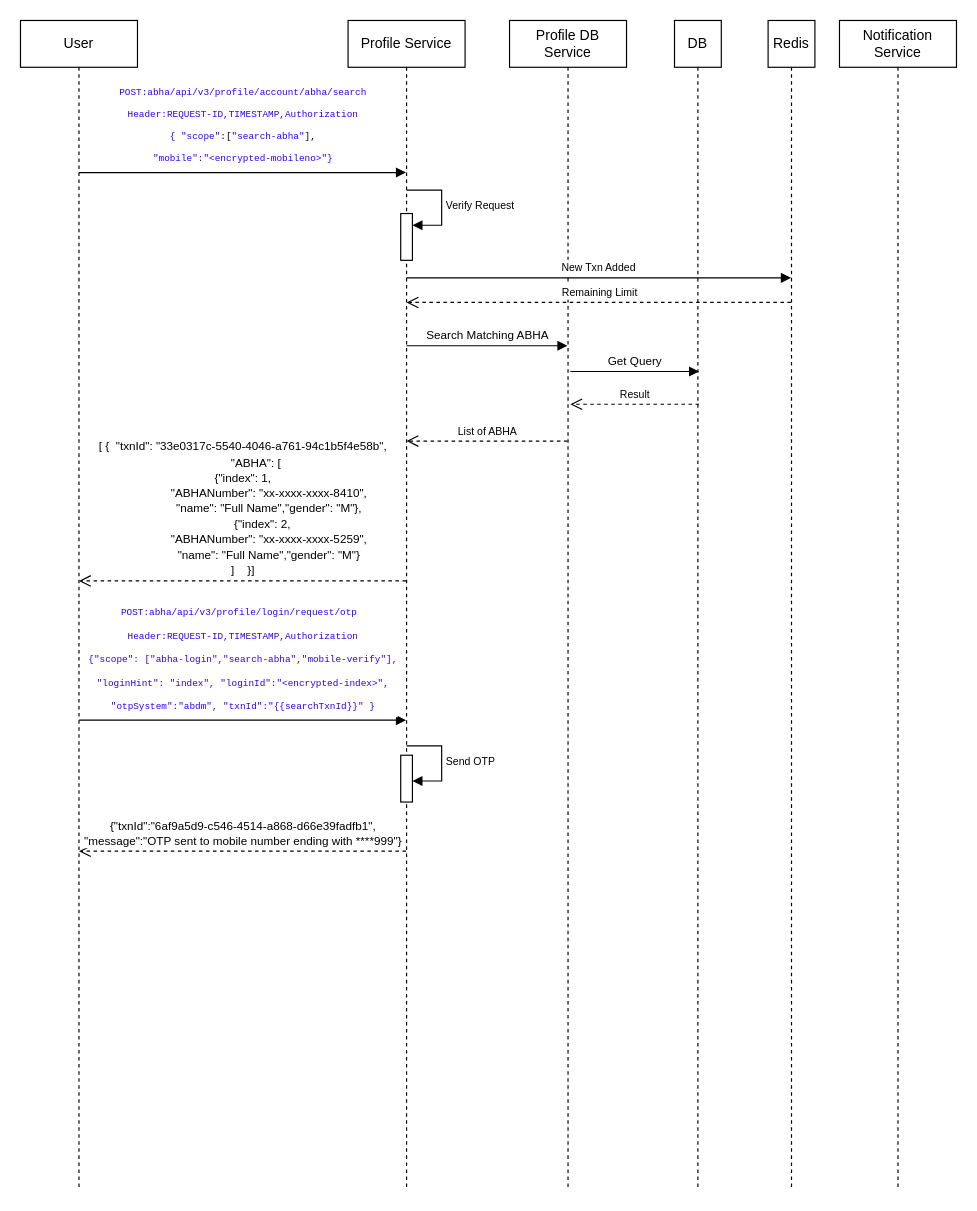
The draw.io diagram Untitled Diagram.drawio in maddy23285/policies, before the edit. Source tidied: cells renumbered, new cells numbered last; positions are measured from the earlier drawing's top-left corner, leaving out a move shared by most shapes. Both pictures are drawn from the tidied source at 117%, with x=0, y=0 at pixel (20, 20).
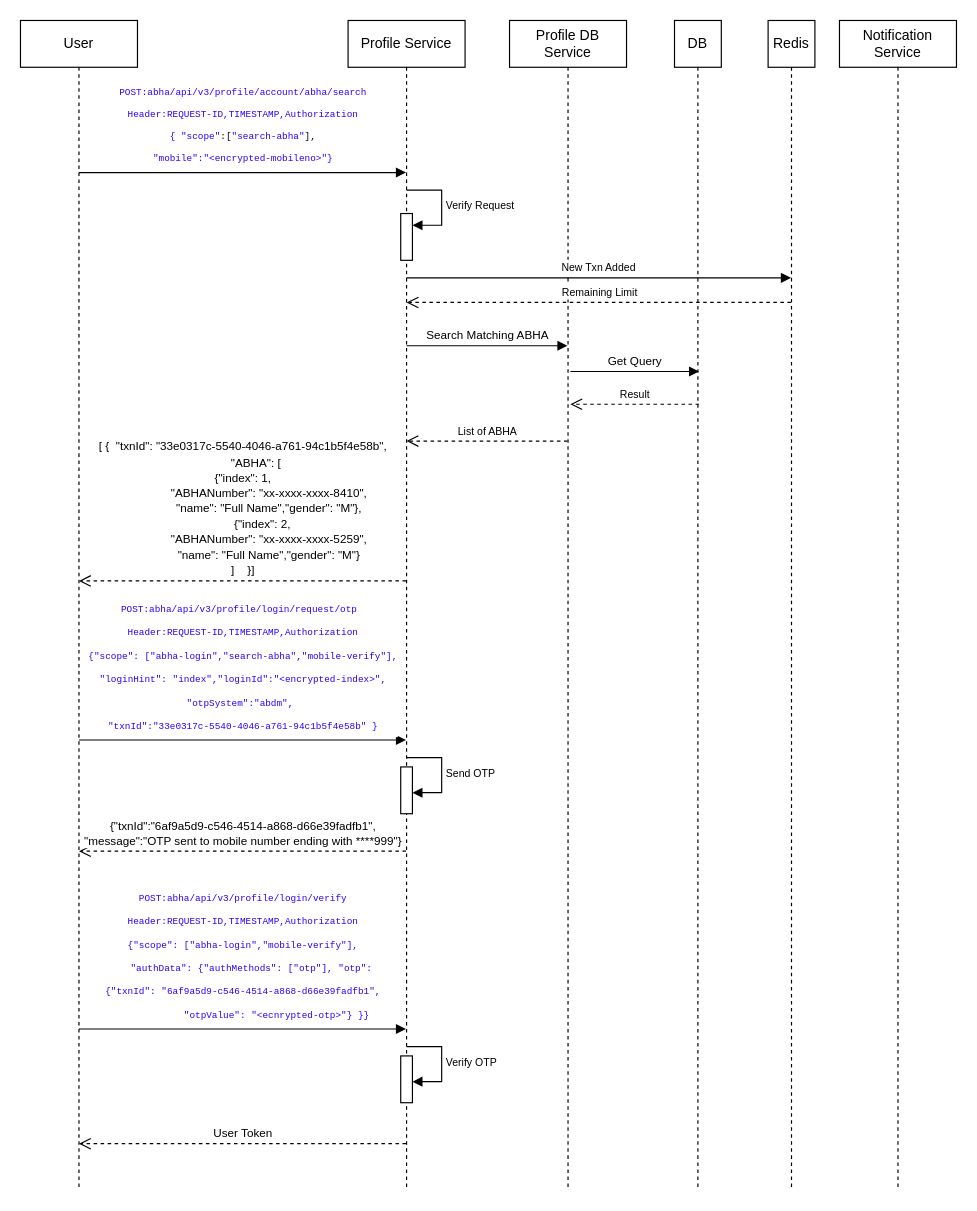
The same diagram, later.

The change refers to these unchanged cells:
```xml
<mxCell id="4" value="Profile Service" style="shape=umlLifeline;perimeter=lifelinePerimeter;whiteSpace=wrap;html=1;newEdgeStyle={&quot;edgeStyle&quot;:&quot;elbowEdgeStyle&quot;,&quot;elbow&quot;:&quot;vertical&quot;,&quot;curved&quot;:0,&quot;rounded&quot;:0};" parent="1" vertex="1">
  <mxGeometry x="280" width="100" height="1000" as="geometry" />
</mxCell>
```

What changed in the source:
```diff
@@
     <mxCell id="7" style="html=1;points=[[0,0,0,0,5],[0,1,0,0,-5],[1,0,0,0,5],[1,1,0,0,-5]];perimeter=orthogonalPerimeter;outlineConnect=0;targetShapes=umlLifeline;portConstraint=eastwest;newEdgeStyle={&quot;curved&quot;:0,&quot;rounded&quot;:0};" parent="4" vertex="1">
-      <mxGeometry x="45" y="628" width="10" height="40" as="geometry" />
+      <mxGeometry x="45" y="638" width="10" height="40" as="geometry" />
     </mxCell>
     <mxCell id="8" value="&lt;font style=&quot;font-size: 9px;&quot;&gt;Send OTP&lt;/font&gt;" style="html=1;align=left;spacingLeft=2;endArrow=block;rounded=0;edgeStyle=orthogonalEdgeStyle;curved=0;rounded=0;" parent="4" edge="1" target="7">
       <mxGeometry relative="1" as="geometry">
-        <mxPoint x="50" y="620" as="sourcePoint" />
+        <mxPoint x="50" y="630" as="sourcePoint" />
         <Array as="points">
-          <mxPoint x="80" y="650" />
+          <mxPoint x="80" y="660" />
         </Array>
       </mxGeometry>
     </mxCell>
+    <mxCell id="22" value="&lt;font style=&quot;font-size: 9px;&quot;&gt;Verify OTP&lt;/font&gt;" style="html=1;align=left;spacingLeft=2;endArrow=block;rounded=0;edgeStyle=orthogonalEdgeStyle;curved=0;rounded=0;" parent="4" edge="1" target="23">
+      <mxGeometry relative="1" as="geometry">
+        <mxPoint x="50" y="877" as="sourcePoint" />
+        <Array as="points">
+          <mxPoint x="80" y="907" />
+        </Array>
+      </mxGeometry>
+    </mxCell>
+    <mxCell id="23" style="html=1;points=[[0,0,0,0,5],[0,1,0,0,-5],[1,0,0,0,5],[1,1,0,0,-5]];perimeter=orthogonalPerimeter;outlineConnect=0;targetShapes=umlLifeline;portConstraint=eastwest;newEdgeStyle={&quot;curved&quot;:0,&quot;rounded&quot;:0};" parent="4" vertex="1">
+      <mxGeometry x="45" y="885" width="10" height="40" as="geometry" />
+    </mxCell>
@@
-    <mxCell id="19" value="&lt;div style=&quot;line-height: 18px;&quot;&gt;&lt;div style=&quot;&quot;&gt;&lt;font face=&quot;IBMPlexMono, Courier New, monospace, Consolas, Courier New, monospace&quot; color=&quot;#2a00ff&quot;&gt;&lt;span style=&quot;font-size: 8px; white-space-collapse: preserve;&quot;&gt;POST:abha/api/v3/profile/login/request/otp&lt;/span&gt;&amp;nbsp;&lt;/font&gt;&lt;/div&gt;&lt;div style=&quot;&quot;&gt;&lt;span style=&quot;font-family: IBMPlexMono, &amp;quot;Courier New&amp;quot;, monospace, Consolas, &amp;quot;Courier New&amp;quot;, monospace; white-space-collapse: preserve; color: rgb(42, 0, 255);&quot;&gt;&lt;font style=&quot;font-size: 8px;&quot;&gt;Header:REQUEST-ID,TIMESTAMP,&lt;/font&gt;&lt;/span&gt;&lt;span style=&quot;font-family: IBMPlexMono, &amp;quot;Courier New&amp;quot;, monospace, Consolas, &amp;quot;Courier New&amp;quot;, monospace; white-space-collapse: preserve; color: rgb(42, 0, 255); font-size: 8px;&quot;&gt;Authorization&lt;/span&gt;&lt;font face=&quot;IBMPlexMono, Courier New, monospace, Consolas, Courier New, monospace&quot; color=&quot;#2a00ff&quot;&gt;&lt;br&gt;&lt;/font&gt;&lt;/div&gt;&lt;div style=&quot;&quot;&gt;&lt;font face=&quot;IBMPlexMono, Courier New, monospace, Consolas, Courier New, monospace&quot; color=&quot;#2a00ff&quot;&gt;&lt;span style=&quot;font-size: 8px; white-space-collapse: preserve;&quot;&gt;{&quot;scope&quot;: [&quot;abha-login&quot;,&quot;search-abha&quot;,&quot;mobile-verify&quot;],&lt;/span&gt;&lt;/font&gt;&lt;/div&gt;&lt;div style=&quot;&quot;&gt;&lt;font face=&quot;IBMPlexMono, Courier New, monospace, Consolas, Courier New, monospace&quot; color=&quot;#2a00ff&quot;&gt;&lt;span style=&quot;font-size: 8px; white-space-collapse: preserve;&quot;&gt;&quot;loginHint&quot;: &quot;index&quot;, &lt;/span&gt;&lt;/font&gt;&lt;span style=&quot;font-size: 8px; white-space-collapse: preserve; color: rgb(42, 0, 255); font-family: IBMPlexMono, &amp;quot;Courier New&amp;quot;, monospace, Consolas, &amp;quot;Courier New&amp;quot;, monospace;&quot;&gt;&quot;loginId&quot;:&quot;&amp;lt;encrypted-index&amp;gt;&quot;,&lt;/span&gt;&lt;/div&gt;&lt;div style=&quot;&quot;&gt;&lt;span style=&quot;font-size: 8px; white-space-collapse: preserve; color: rgb(42, 0, 255); font-family: IBMPlexMono, &amp;quot;Courier New&amp;quot;, monospace, Consolas, &amp;quot;Courier New&amp;quot;, monospace;&quot;&gt;&quot;otpSystem&quot;:&quot;abdm&quot;, &lt;/span&gt;&lt;span style=&quot;font-size: 8px; white-space-collapse: preserve; color: rgb(42, 0, 255); font-family: IBMPlexMono, &amp;quot;Courier New&amp;quot;, monospace, Consolas, &amp;quot;Courier New&amp;quot;, monospace;&quot;&gt;&quot;txnId&quot;:&quot;{{searchTxnId}}&quot; }&lt;/span&gt;&lt;/div&gt;&lt;/div&gt;" style="html=1;verticalAlign=bottom;endArrow=block;curved=0;rounded=0;" parent="1" edge="1">
+    <mxCell id="19" value="&lt;div style=&quot;line-height: 18px;&quot;&gt;&lt;div style=&quot;&quot;&gt;&lt;font face=&quot;IBMPlexMono, Courier New, monospace, Consolas, Courier New, monospace&quot; color=&quot;#2a00ff&quot;&gt;&lt;span style=&quot;font-size: 8px; white-space-collapse: preserve;&quot;&gt;POST:abha/api/v3/profile/login/request/otp&lt;/span&gt;&amp;nbsp;&lt;/font&gt;&lt;/div&gt;&lt;div style=&quot;&quot;&gt;&lt;span style=&quot;font-family: IBMPlexMono, &amp;quot;Courier New&amp;quot;, monospace, Consolas, &amp;quot;Courier New&amp;quot;, monospace; white-space-collapse: preserve; color: rgb(42, 0, 255);&quot;&gt;&lt;font style=&quot;font-size: 8px;&quot;&gt;Header:REQUEST-ID,TIMESTAMP,&lt;/font&gt;&lt;/span&gt;&lt;span style=&quot;font-family: IBMPlexMono, &amp;quot;Courier New&amp;quot;, monospace, Consolas, &amp;quot;Courier New&amp;quot;, monospace; white-space-collapse: preserve; color: rgb(42, 0, 255); font-size: 8px;&quot;&gt;Authorization&lt;/span&gt;&lt;font face=&quot;IBMPlexMono, Courier New, monospace, Consolas, Courier New, monospace&quot; color=&quot;#2a00ff&quot;&gt;&lt;br&gt;&lt;/font&gt;&lt;/div&gt;&lt;div style=&quot;&quot;&gt;&lt;font face=&quot;IBMPlexMono, Courier New, monospace, Consolas, Courier New, monospace&quot; color=&quot;#2a00ff&quot;&gt;&lt;span style=&quot;font-size: 8px; white-space-collapse: preserve;&quot;&gt;{&quot;scope&quot;: [&quot;abha-login&quot;,&quot;search-abha&quot;,&quot;mobile-verify&quot;],&lt;/span&gt;&lt;/font&gt;&lt;/div&gt;&lt;div style=&quot;&quot;&gt;&lt;font face=&quot;IBMPlexMono, Courier New, monospace, Consolas, Courier New, monospace&quot; color=&quot;#2a00ff&quot;&gt;&lt;span style=&quot;font-size: 8px; white-space-collapse: preserve;&quot;&gt;&quot;loginHint&quot;: &quot;index&quot;,&lt;/span&gt;&lt;/font&gt;&lt;span style=&quot;color: rgb(42, 0, 255); font-family: IBMPlexMono, &amp;quot;Courier New&amp;quot;, monospace, Consolas, &amp;quot;Courier New&amp;quot;, monospace; font-size: 8px; white-space-collapse: preserve;&quot;&gt;&quot;loginId&quot;:&quot;&amp;lt;encrypted-index&amp;gt;&quot;,&lt;/span&gt;&lt;/div&gt;&lt;div style=&quot;&quot;&gt;&lt;span style=&quot;font-size: 8px; white-space-collapse: preserve; color: rgb(42, 0, 255); font-family: IBMPlexMono, &amp;quot;Courier New&amp;quot;, monospace, Consolas, &amp;quot;Courier New&amp;quot;, monospace;&quot;&gt;&quot;otpSystem&quot;:&quot;abdm&quot;, &lt;br/&gt;&lt;/span&gt;&lt;span style=&quot;font-size: 8px; white-space-collapse: preserve; color: rgb(42, 0, 255); font-family: IBMPlexMono, &amp;quot;Courier New&amp;quot;, monospace, Consolas, &amp;quot;Courier New&amp;quot;, monospace;&quot;&gt;&quot;txnId&quot;:&quot;&lt;/span&gt;&lt;font face=&quot;IBMPlexMono, Courier New, monospace, Consolas, Courier New, monospace&quot; color=&quot;#2a00ff&quot;&gt;&lt;span style=&quot;font-size: 8px; white-space-collapse: preserve;&quot;&gt;33e0317c-5540-4046-a761-94c1b5f4e58b&lt;/span&gt;&lt;/font&gt;&lt;span style=&quot;color: rgb(42, 0, 255); font-family: IBMPlexMono, &amp;quot;Courier New&amp;quot;, monospace, Consolas, &amp;quot;Courier New&amp;quot;, monospace; font-size: 8px; white-space-collapse: preserve;&quot;&gt;&quot; }&lt;/span&gt;&lt;/div&gt;&lt;/div&gt;" style="html=1;verticalAlign=bottom;endArrow=block;curved=0;rounded=0;" parent="1" edge="1">
       <mxGeometry relative="1" as="geometry">
-        <mxPoint x="50" y="598" as="sourcePoint" />
-        <mxPoint x="329.5" y="598" as="targetPoint" />
+        <mxPoint x="50" y="615" as="sourcePoint" />
+        <mxPoint x="329.5" y="615" as="targetPoint" />
       </mxGeometry>
     </mxCell>
@@
+    <mxCell id="24" value="&lt;div style=&quot;line-height: 18px;&quot;&gt;&lt;div style=&quot;&quot;&gt;&lt;div&gt;&lt;font face=&quot;IBMPlexMono, Courier New, monospace, Consolas, Courier New, monospace&quot; color=&quot;#2a00ff&quot;&gt;&lt;span style=&quot;font-size: 8px; white-space-collapse: preserve;&quot;&gt;POST:abha/api/v3/profile/login/verify&lt;/span&gt;&lt;/font&gt;&lt;/div&gt;&lt;div&gt;&lt;span style=&quot;font-family: IBMPlexMono, &amp;quot;Courier New&amp;quot;, monospace, Consolas, &amp;quot;Courier New&amp;quot;, monospace; white-space-collapse: preserve; color: rgb(42, 0, 255);&quot;&gt;&lt;font style=&quot;font-size: 8px;&quot;&gt;Header:REQUEST-ID,TIMESTAMP,&lt;/font&gt;&lt;/span&gt;&lt;span style=&quot;font-family: IBMPlexMono, &amp;quot;Courier New&amp;quot;, monospace, Consolas, &amp;quot;Courier New&amp;quot;, monospace; white-space-collapse: preserve; color: rgb(42, 0, 255); font-size: 8px;&quot;&gt;Authorization&lt;/span&gt;&lt;/div&gt;&lt;/div&gt;&lt;div style=&quot;&quot;&gt;&lt;font face=&quot;IBMPlexMono, Courier New, monospace, Consolas, Courier New, monospace&quot; color=&quot;#2a00ff&quot;&gt;&lt;span style=&quot;font-size: 8px; white-space-collapse: preserve;&quot;&gt;{&quot;scope&quot;: [&quot;abha-login&quot;,&quot;mobile-verify&quot;],&lt;br&gt;    &quot;authData&quot;: {&quot;authMethods&quot;: [&quot;otp&quot;], &quot;otp&quot;: &lt;/span&gt;&lt;/font&gt;&lt;/div&gt;&lt;div style=&quot;&quot;&gt;&lt;font face=&quot;IBMPlexMono, Courier New, monospace, Consolas, Courier New, monospace&quot; color=&quot;#2a00ff&quot;&gt;&lt;span style=&quot;font-size: 8px; white-space-collapse: preserve;&quot;&gt;{&quot;txnId&quot;: &quot;6af9a5d9-c546-4514-a868-d66e39fadfb1&lt;/span&gt;&lt;/font&gt;&lt;span style=&quot;font-size: 8px; white-space-collapse: preserve; color: rgb(42, 0, 255); font-family: IBMPlexMono, &amp;quot;Courier New&amp;quot;, monospace, Consolas, &amp;quot;Courier New&amp;quot;, monospace;&quot;&gt;&quot;,&lt;/span&gt;&lt;/div&gt;&lt;div style=&quot;&quot;&gt;&lt;font face=&quot;IBMPlexMono, Courier New, monospace, Consolas, Courier New, monospace&quot; color=&quot;#2a00ff&quot;&gt;&lt;span style=&quot;font-size: 8px; white-space-collapse: preserve;&quot;&gt;            &quot;otpValue&quot;: &quot;&amp;lt;ecnrypted-otp&amp;gt;&quot;} }}&lt;/span&gt;&lt;/font&gt;&lt;br&gt;&lt;/div&gt;&lt;/div&gt;" style="html=1;verticalAlign=bottom;endArrow=block;curved=0;rounded=0;" parent="1" edge="1">
+      <mxGeometry relative="1" as="geometry">
+        <mxPoint x="50" y="862" as="sourcePoint" />
+        <mxPoint x="329.5" y="862" as="targetPoint" />
+      </mxGeometry>
+    </mxCell>
+    <mxCell id="25" value="&lt;div&gt;&lt;font size=&quot;1&quot;&gt;User Token&lt;/font&gt;&lt;/div&gt;" style="html=1;verticalAlign=bottom;endArrow=open;dashed=1;endSize=8;curved=0;rounded=0;" parent="1" edge="1">
+      <mxGeometry relative="1" as="geometry">
+        <mxPoint x="329.5" y="960" as="sourcePoint" />
+        <mxPoint x="50" y="960" as="targetPoint" />
+      </mxGeometry>
+    </mxCell>
```
